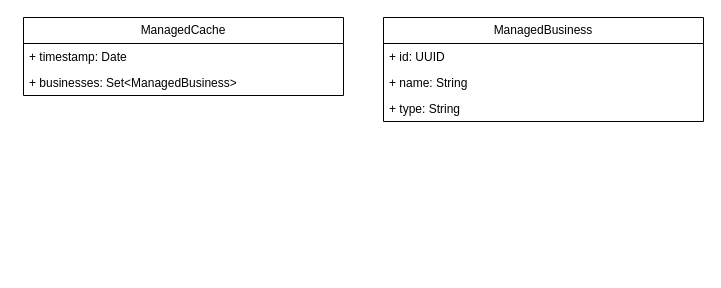
Above: Untitled Diagram.drawio in kelson99/essential-feed-case-study (draw.io), before the change. Source tidied: cells renumbered, new cells numbered last; positions are measured from the earlier drawing's top-left corner, leaving out a move shared by most shapes. Both pictures are drawn from the tidied source at 100%, with x=0, y=0 at pixel (23, 17).
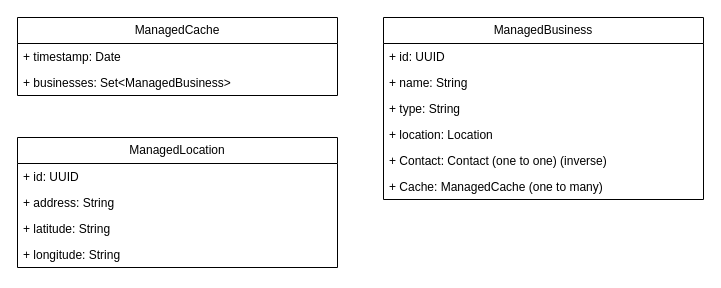
The same page after the edit.

The edit, as a diff of the source:
```diff
@@
 <mxGraphModel>
   <root>
     <mxCell id="0" />
     <mxCell id="1" parent="0" />
     <mxCell id="2" value="ManagedCache" style="swimlane;fontStyle=0;horizontal=1;startSize=26;fillColor=none;whiteSpace=wrap;html=1;" parent="1" vertex="1">
-      <mxGeometry width="320" height="78" as="geometry" />
+      <mxGeometry x="-6" width="320" height="78" as="geometry" />
     </mxCell>
     <mxCell id="3" value="+ timestamp: Date" style="text;strokeColor=none;fillColor=none;align=left;verticalAlign=top;spacingLeft=4;spacingRight=4;overflow=hidden;whiteSpace=wrap;html=1;" parent="2" vertex="1">
       <mxGeometry y="26" width="320" height="26" as="geometry" />
     </mxCell>
     <mxCell id="4" value="+ businesses: Set&amp;lt;ManagedBusiness&amp;gt;" style="text;strokeColor=none;fillColor=none;align=left;verticalAlign=top;spacingLeft=4;spacingRight=4;overflow=hidden;whiteSpace=wrap;html=1;" parent="2" vertex="1">
       <mxGeometry y="52" width="320" height="26" as="geometry" />
     </mxCell>
     <mxCell id="5" value="ManagedBusiness" style="swimlane;fontStyle=0;horizontal=1;startSize=26;fillColor=none;whiteSpace=wrap;html=1;" parent="1" vertex="1">
-      <mxGeometry x="360" width="320" height="104" as="geometry" />
+      <mxGeometry x="360" width="320" height="182" as="geometry" />
     </mxCell>
     <mxCell id="6" value="+ id: UUID" style="text;strokeColor=none;fillColor=none;align=left;verticalAlign=top;spacingLeft=4;spacingRight=4;overflow=hidden;whiteSpace=wrap;html=1;" parent="5" vertex="1">
       <mxGeometry y="26" width="320" height="26" as="geometry" />
     </mxCell>
     <mxCell id="7" value="+ name: String" style="text;strokeColor=none;fillColor=none;align=left;verticalAlign=top;spacingLeft=4;spacingRight=4;overflow=hidden;whiteSpace=wrap;html=1;" parent="5" vertex="1">
       <mxGeometry y="52" width="320" height="26" as="geometry" />
     </mxCell>
     <mxCell id="8" value="+ type: String" style="text;strokeColor=none;fillColor=none;align=left;verticalAlign=top;spacingLeft=4;spacingRight=4;overflow=hidden;whiteSpace=wrap;html=1;" parent="5" vertex="1">
       <mxGeometry y="78" width="320" height="26" as="geometry" />
     </mxCell>
+    <mxCell id="9" value="+ location: Location" style="text;strokeColor=none;fillColor=none;align=left;verticalAlign=top;spacingLeft=4;spacingRight=4;overflow=hidden;whiteSpace=wrap;html=1;" parent="5" vertex="1">
+      <mxGeometry y="104" width="320" height="26" as="geometry" />
+    </mxCell>
+    <mxCell id="10" value="+ Contact: Contact (one to one) (inverse)" style="text;strokeColor=none;fillColor=none;align=left;verticalAlign=top;spacingLeft=4;spacingRight=4;overflow=hidden;whiteSpace=wrap;html=1;" parent="5" vertex="1">
+      <mxGeometry y="130" width="320" height="26" as="geometry" />
+    </mxCell>
+    <mxCell id="11" value="+ Cache: ManagedCache (one to many)" style="text;strokeColor=none;fillColor=none;align=left;verticalAlign=top;spacingLeft=4;spacingRight=4;overflow=hidden;whiteSpace=wrap;html=1;" parent="5" vertex="1">
+      <mxGeometry y="156" width="320" height="26" as="geometry" />
+    </mxCell>
+    <mxCell id="12" value="ManagedLocation" style="swimlane;fontStyle=0;horizontal=1;startSize=26;fillColor=none;whiteSpace=wrap;html=1;" parent="1" vertex="1">
+      <mxGeometry x="-6" y="120" width="320" height="130" as="geometry" />
+    </mxCell>
+    <mxCell id="13" value="+ id: UUID" style="text;strokeColor=none;fillColor=none;align=left;verticalAlign=top;spacingLeft=4;spacingRight=4;overflow=hidden;whiteSpace=wrap;html=1;" parent="12" vertex="1">
+      <mxGeometry y="26" width="320" height="26" as="geometry" />
+    </mxCell>
+    <mxCell id="14" value="+ address: String" style="text;strokeColor=none;fillColor=none;align=left;verticalAlign=top;spacingLeft=4;spacingRight=4;overflow=hidden;whiteSpace=wrap;html=1;" parent="12" vertex="1">
+      <mxGeometry y="52" width="320" height="26" as="geometry" />
+    </mxCell>
+    <mxCell id="15" value="+ latitude: String" style="text;strokeColor=none;fillColor=none;align=left;verticalAlign=top;spacingLeft=4;spacingRight=4;overflow=hidden;whiteSpace=wrap;html=1;" parent="12" vertex="1">
+      <mxGeometry y="78" width="320" height="26" as="geometry" />
+    </mxCell>
+    <mxCell id="16" value="+ longitude: String" style="text;strokeColor=none;fillColor=none;align=left;verticalAlign=top;spacingLeft=4;spacingRight=4;overflow=hidden;whiteSpace=wrap;html=1;" parent="12" vertex="1">
+      <mxGeometry y="104" width="320" height="26" as="geometry" />
+    </mxCell>
   </root>
 </mxGraphModel>
```
